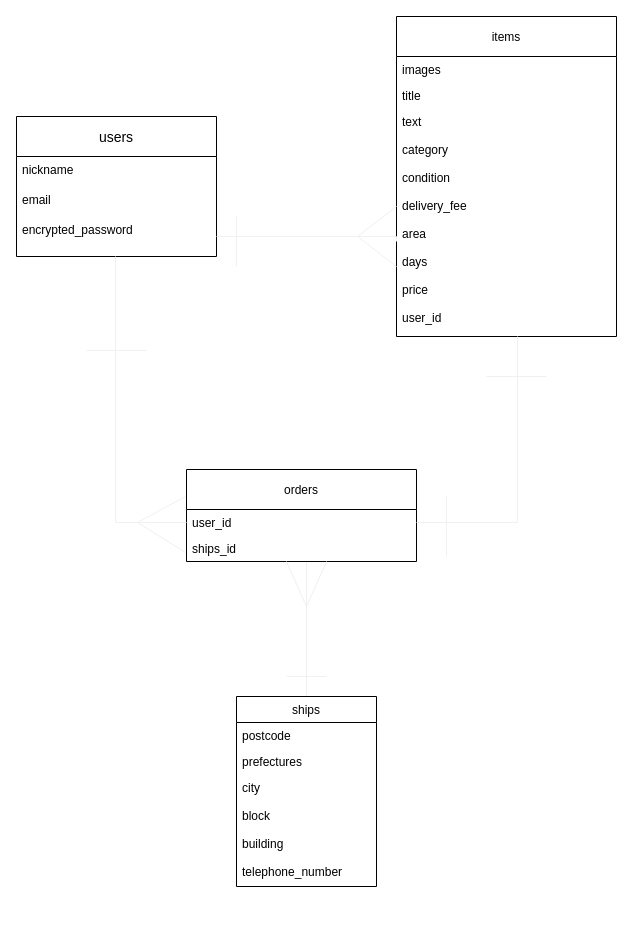
Earlier version of the draw.io diagram furima.dio (tnkmr08/furima-36585). Source tidied: cells renumbered, new cells numbered last; positions are measured from the earlier drawing's top-left corner, leaving out a move shared by most shapes. Both pictures are drawn from the tidied source at 100%, with x=0, y=0 at pixel (16, 16).
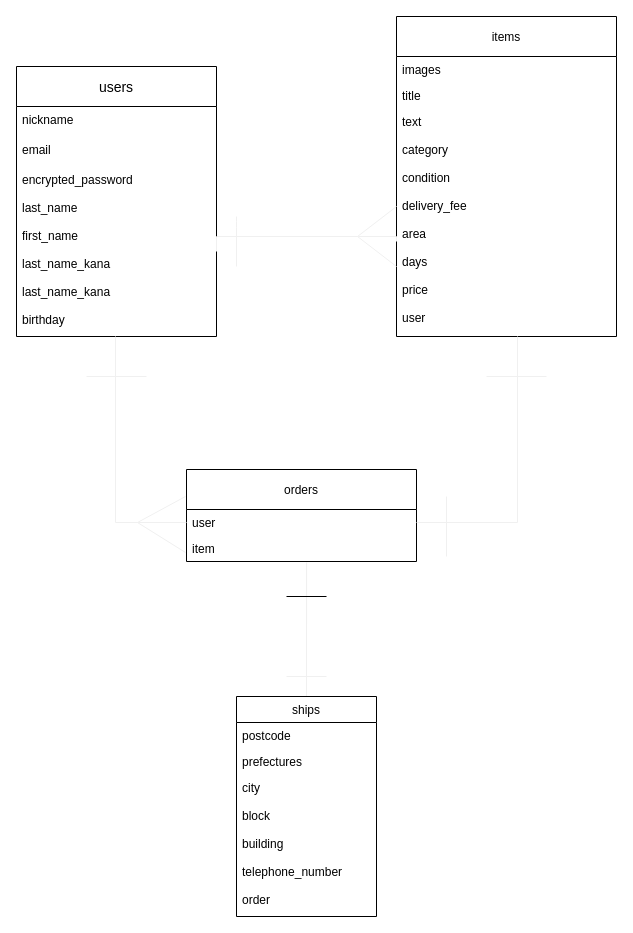
The same diagram, later.

The change refers to these unchanged cells:
```xml
<mxCell id="6" value="items" style="swimlane;fontStyle=0;horizontal=1;startSize=40;" parent="1" vertex="1">
  <mxGeometry x="380" width="220" height="320" as="geometry" />
</mxCell>
<mxCell id="10" value="orders" style="swimlane;fontStyle=0;horizontal=1;startSize=40;" parent="1" vertex="1">
  <mxGeometry x="170" y="453" width="230" height="92" as="geometry" />
</mxCell>
```

What changed in the source:
```diff
@@
     <mxCell id="2" value="users" style="swimlane;fontStyle=0;horizontal=1;startSize=40;align=center;fontSize=14;rotation=0;" parent="1" vertex="1">
-      <mxGeometry y="100" width="200" height="140" as="geometry" />
+      <mxGeometry y="50" width="200" height="270" as="geometry" />
     </mxCell>
@@
-    <mxCell id="5" value="encrypted_password&#10;&#10;" style="text;strokeColor=none;fillColor=none;spacingLeft=4;spacingRight=4;overflow=hidden;points=[[0,0.5],[1,0.5]];portConstraint=eastwest;fontSize=12;" parent="2" vertex="1">
-      <mxGeometry y="100" width="200" height="40" as="geometry" />
+    <mxCell id="5" value="encrypted_password&#10;&#10;last_name&#10;&#10;first_name&#10;&#10;last_name_kana&#10;&#10;last_name_kana&#10;&#10;birthday&#10;&#10;" style="text;strokeColor=none;fillColor=none;spacingLeft=4;spacingRight=4;overflow=hidden;points=[[0,0.5],[1,0.5]];portConstraint=eastwest;fontSize=12;" parent="2" vertex="1">
+      <mxGeometry y="100" width="200" height="170" as="geometry" />
     </mxCell>
@@
-    <mxCell id="9" value="text&#10;&#10;category&#10;&#10;condition&#10;&#10;delivery_fee&#10;&#10;area&#10;&#10;days&#10;&#10;price&#10;&#10;user_id" style="text;strokeColor=none;fillColor=none;align=left;verticalAlign=top;spacingLeft=4;spacingRight=4;overflow=hidden;points=[[0,0.5],[1,0.5]];portConstraint=eastwest;" parent="6" vertex="1">
+    <mxCell id="9" value="text&#10;&#10;category&#10;&#10;condition&#10;&#10;delivery_fee&#10;&#10;area&#10;&#10;days&#10;&#10;price&#10;&#10;user" style="text;strokeColor=none;fillColor=none;align=left;verticalAlign=top;spacingLeft=4;spacingRight=4;overflow=hidden;points=[[0,0.5],[1,0.5]];portConstraint=eastwest;" parent="6" vertex="1">
       <mxGeometry y="92" width="220" height="228" as="geometry" />
     </mxCell>
@@
-    <mxCell id="11" value="user_id" style="text;strokeColor=none;fillColor=none;align=left;verticalAlign=top;spacingLeft=4;spacingRight=4;overflow=hidden;points=[[0,0.5],[1,0.5]];portConstraint=eastwest;" parent="10" vertex="1">
+    <mxCell id="11" value="user" style="text;strokeColor=none;fillColor=none;align=left;verticalAlign=top;spacingLeft=4;spacingRight=4;overflow=hidden;points=[[0,0.5],[1,0.5]];portConstraint=eastwest;" parent="10" vertex="1">
       <mxGeometry y="40" width="230" height="26" as="geometry" />
     </mxCell>
-    <mxCell id="12" value="ships_id" style="text;strokeColor=none;fillColor=none;align=left;verticalAlign=top;spacingLeft=4;spacingRight=4;overflow=hidden;points=[[0,0.5],[1,0.5]];portConstraint=eastwest;" parent="10" vertex="1">
+    <mxCell id="12" value="item" style="text;strokeColor=none;fillColor=none;align=left;verticalAlign=top;spacingLeft=4;spacingRight=4;overflow=hidden;points=[[0,0.5],[1,0.5]];portConstraint=eastwest;" parent="10" vertex="1">
       <mxGeometry y="66" width="230" height="26" as="geometry" />
     </mxCell>
@@
     <mxCell id="14" value="ships" style="swimlane;fontStyle=0;horizontal=1;startSize=26;" parent="1" vertex="1">
-      <mxGeometry x="220" y="680" width="140" height="190" as="geometry" />
+      <mxGeometry x="220" y="680" width="140" height="220" as="geometry" />
     </mxCell>
@@
-    <mxCell id="17" value="city&#10;&#10;block&#10;&#10;building&#10;&#10;telephone_number" style="text;strokeColor=none;fillColor=none;align=left;verticalAlign=top;spacingLeft=4;spacingRight=4;overflow=hidden;" parent="14" vertex="1">
-      <mxGeometry y="78" width="140" height="112" as="geometry" />
+    <mxCell id="17" value="city&#10;&#10;block&#10;&#10;building&#10;&#10;telephone_number&#10;&#10;order&#10;" style="text;strokeColor=none;fillColor=none;align=left;verticalAlign=top;spacingLeft=4;spacingRight=4;overflow=hidden;" parent="14" vertex="1">
+      <mxGeometry y="78" width="140" height="142" as="geometry" />
     </mxCell>
@@
     <mxCell id="26" style="endArrow=none;html=1;endSize=6;strokeColor=#f0f0f0;" parent="1" edge="1">
       <mxGeometry relative="1" as="geometry">
-        <mxPoint x="70" y="334" as="sourcePoint" />
-        <mxPoint x="130" y="334" as="targetPoint" />
+        <mxPoint x="70" y="360" as="sourcePoint" />
+        <mxPoint x="130" y="360" as="targetPoint" />
       </mxGeometry>
     </mxCell>
@@
-    <mxCell id="28" style="endArrow=none;html=1;endSize=6;strokeColor=#f0f0f0;rounded=0;" parent="1" edge="1">
-      <mxGeometry relative="1" as="geometry">
-        <mxPoint x="270" y="545" as="sourcePoint" />
-        <mxPoint x="310" y="545" as="targetPoint" />
-        <Array as="points">
-          <mxPoint x="290" y="590" />
-        </Array>
-      </mxGeometry>
-    </mxCell>
@@
+    <mxCell id="30" style="endArrow=none;html=1;" parent="1" edge="1">
+      <mxGeometry relative="1" as="geometry">
+        <mxPoint x="270" y="580" as="sourcePoint" />
+        <mxPoint x="310" y="580" as="targetPoint" />
+      </mxGeometry>
+    </mxCell>
```
